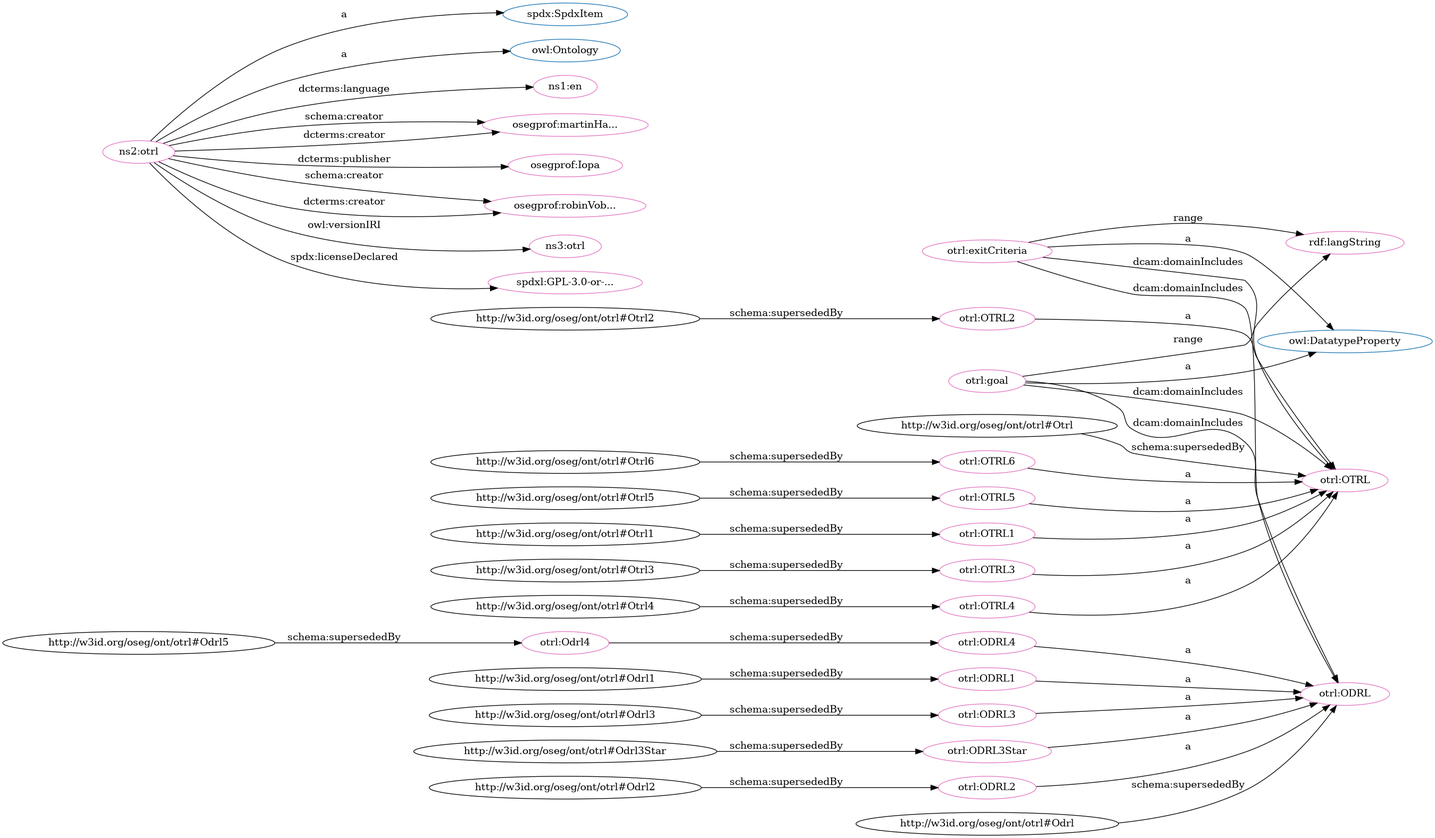
Above: src/spec/dot_otrl.png in iop-alliance/OpenKnowHow (Graphviz), before the change. Its source is kept beside it as src/spec/dot_otrl.dot.
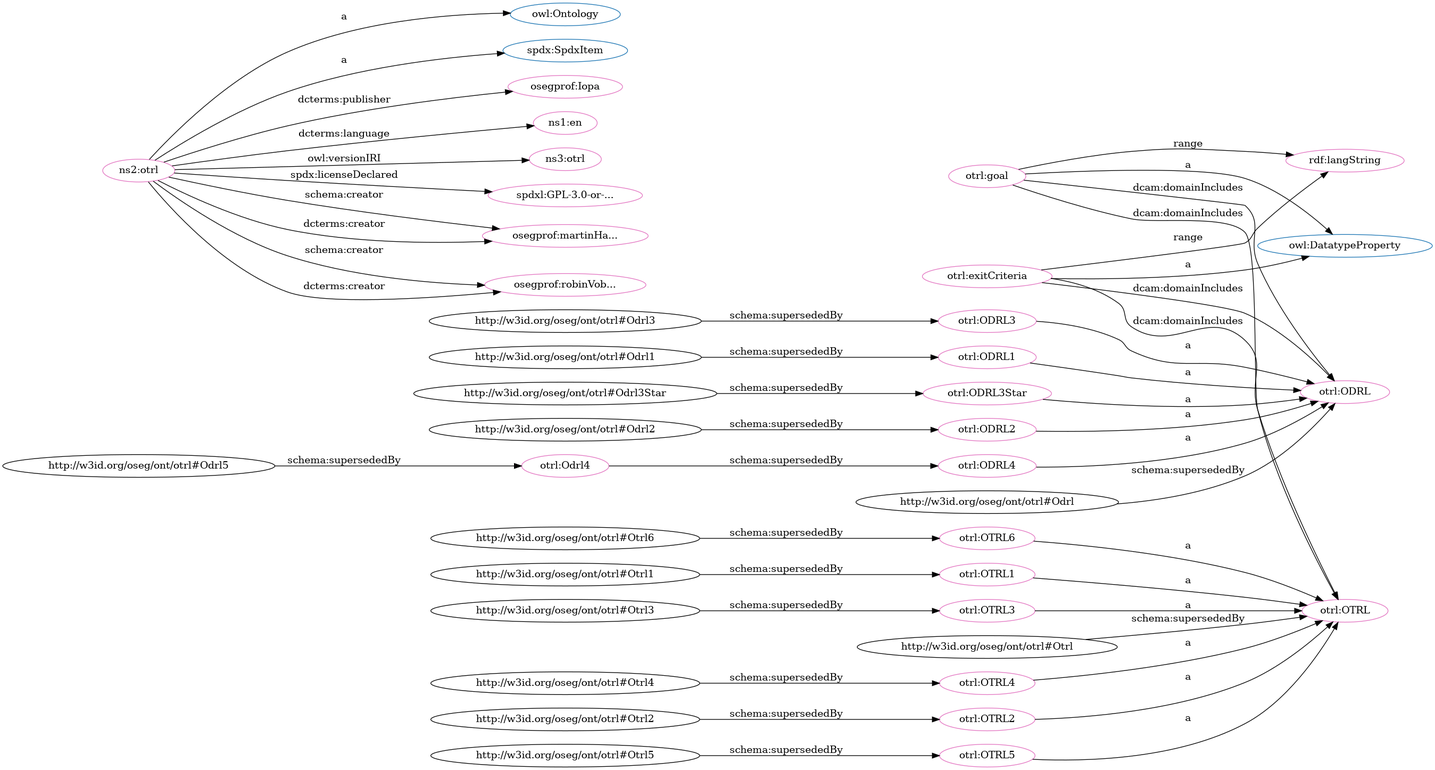
After the change.

What changed in the source:
```diff
@@ -2,75 +2,75 @@
   rankdir=BT
   node[height=.3]
 "http://www.w3.org/2002/07/owl#DatatypeProperty" [fillcolor="#1f77b4" color="#1f77b4" label="owl:DatatypeProperty"]
+"http://www.w3.org/2002/07/owl#Ontology" [fillcolor="#1f77b4" color="#1f77b4" label="owl:Ontology"]
+"http://w3id.org/oseg/ont/otrl#ODRL" [fillcolor="#1f77b4" color="#1f77b4" label="otrl:ODRL"]
+"http://spdx.org/rdf/terms#SpdxItem" [fillcolor="#1f77b4" color="#1f77b4" label="spdx:SpdxItem"]
 "http://w3id.org/oseg/ont/otrl#OTRL" [fillcolor="#1f77b4" color="#1f77b4" label="otrl:OTRL"]
-"http://spdx.org/rdf/terms#SpdxItem" [fillcolor="#1f77b4" color="#1f77b4" label="spdx:SpdxItem"]
-"http://w3id.org/oseg/ont/otrl#ODRL" [fillcolor="#1f77b4" color="#1f77b4" label="otrl:ODRL"]
-"http://www.w3.org/2002/07/owl#Ontology" [fillcolor="#1f77b4" color="#1f77b4" label="owl:Ontology"]
+"http://w3id.org/oseg/ont/otrl#OTRL4" [fillcolor="#e377c2" color="#e377c2" label="otrl:OTRL4"]
+"http://w3id.org/oseg/ont/otrl#ODRL3" [fillcolor="#e377c2" color="#e377c2" label="otrl:ODRL3"]
+"http://w3id.org/oseg/ont/otrl#OTRL2" [fillcolor="#e377c2" color="#e377c2" label="otrl:OTRL2"]
+"http://w3id.org/oseg/ont/oseg-profiles#Iopa" [fillcolor="#e377c2" color="#e377c2" label="osegprof:Iopa"]
+"http://www.w3.org/1999/02/22-rdf-syntax-ns#langString" [fillcolor="#e377c2" color="#e377c2" label="rdf:langString"]
+"http://w3id.org/oseg/ont/otrl#ODRL" [fillcolor="#e377c2" color="#e377c2" label="otrl:ODRL"]
 "http://id.loc.gov/vocabulary/iso639-1/en" [fillcolor="#e377c2" color="#e377c2" label="ns1:en"]
-"http://w3id.org/oseg/ont/otrl#OTRL4" [fillcolor="#e377c2" color="#e377c2" label="otrl:OTRL4"]
-"http://www.w3.org/1999/02/22-rdf-syntax-ns#langString" [fillcolor="#e377c2" color="#e377c2" label="rdf:langString"]
+"http://w3id.org/oseg/ont/otrl#OTRL5" [fillcolor="#e377c2" color="#e377c2" label="otrl:OTRL5"]
+"http://w3id.org/oseg/ont/otrl#ODRL2" [fillcolor="#e377c2" color="#e377c2" label="otrl:ODRL2"]
 "http://w3id.org/oseg/ont/otrl#OTRL" [fillcolor="#e377c2" color="#e377c2" label="otrl:OTRL"]
+"http://w3id.org/oseg/ont/otrl#OTRL6" [fillcolor="#e377c2" color="#e377c2" label="otrl:OTRL6"]
+"http://w3id.org/oseg/ont/otrl#ODRL1" [fillcolor="#e377c2" color="#e377c2" label="otrl:ODRL1"]
+"http://w3id.org/oseg/ont/otrl#OTRL1" [fillcolor="#e377c2" color="#e377c2" label="otrl:OTRL1"]
 "http://w3id.org/oseg/ont/otrl" [fillcolor="#e377c2" color="#e377c2" label="ns2:otrl"]
-"http://w3id.org/oseg/ont/otrl#ODRL" [fillcolor="#e377c2" color="#e377c2" label="otrl:ODRL"]
-"http://w3id.org/oseg/ont/oseg-profiles#martinHaeuer" [fillcolor="#e377c2" color="#e377c2" label="osegprof:martinHa..."]
-"http://w3id.org/oseg/ont/otrl#ODRL4" [fillcolor="#e377c2" color="#e377c2" label="otrl:ODRL4"]
-"http://w3id.org/oseg/ont/otrl#OTRL6" [fillcolor="#e377c2" color="#e377c2" label="otrl:OTRL6"]
-"http://w3id.org/oseg/ont/otrl#OTRL3" [fillcolor="#e377c2" color="#e377c2" label="otrl:OTRL3"]
-"http://w3id.org/oseg/ont/otrl#OTRL1" [fillcolor="#e377c2" color="#e377c2" label="otrl:OTRL1"]
-"http://w3id.org/oseg/ont/otrl#ODRL1" [fillcolor="#e377c2" color="#e377c2" label="otrl:ODRL1"]
-"http://w3id.org/oseg/ont/oseg-profiles#Iopa" [fillcolor="#e377c2" color="#e377c2" label="osegprof:Iopa"]
-"http://w3id.org/oseg/ont/otrl#OTRL2" [fillcolor="#e377c2" color="#e377c2" label="otrl:OTRL2"]
-"http://w3id.org/oseg/ont/otrl#ODRL3" [fillcolor="#e377c2" color="#e377c2" label="otrl:ODRL3"]
 "http://w3id.org/oseg/ont/otrl#exitCriteria" [fillcolor="#e377c2" color="#e377c2" label="otrl:exitCriteria"]
 "http://w3id.org/oseg/ont/otrl#ODRL3Star" [fillcolor="#e377c2" color="#e377c2" label="otrl:ODRL3Star"]
+"http://w3id.org/oseg/ont/otrl#goal" [fillcolor="#e377c2" color="#e377c2" label="otrl:goal"]
+"http://w3id.org/oseg/ont/1.1.0/otrl" [fillcolor="#e377c2" color="#e377c2" label="ns3:otrl"]
+"http://w3id.org/oseg/ont/otrl#ODRL4" [fillcolor="#e377c2" color="#e377c2" label="otrl:ODRL4"]
+"http://spdx.org/licenses/GPL-3.0-or-later" [fillcolor="#e377c2" color="#e377c2" label="spdxl:GPL-3.0-or-..."]
+"http://w3id.org/oseg/ont/otrl#Odrl4" [fillcolor="#e377c2" color="#e377c2" label="otrl:Odrl4"]
+"http://w3id.org/oseg/ont/oseg-profiles#martinHaeuer" [fillcolor="#e377c2" color="#e377c2" label="osegprof:martinHa..."]
 "http://w3id.org/oseg/ont/oseg-profiles#robinVobruba" [fillcolor="#e377c2" color="#e377c2" label="osegprof:robinVob..."]
-"http://w3id.org/oseg/ont/otrl#OTRL5" [fillcolor="#e377c2" color="#e377c2" label="otrl:OTRL5"]
-"http://w3id.org/oseg/ont/otrl#ODRL2" [fillcolor="#e377c2" color="#e377c2" label="otrl:ODRL2"]
-"http://w3id.org/oseg/ont/1.1.0/otrl" [fillcolor="#e377c2" color="#e377c2" label="ns3:otrl"]
-"http://w3id.org/oseg/ont/otrl#goal" [fillcolor="#e377c2" color="#e377c2" label="otrl:goal"]
-"http://w3id.org/oseg/ont/otrl#Odrl4" [fillcolor="#e377c2" color="#e377c2" label="otrl:Odrl4"]
-"http://spdx.org/licenses/GPL-3.0-or-later" [fillcolor="#e377c2" color="#e377c2" label="spdxl:GPL-3.0-or-..."]
+"http://w3id.org/oseg/ont/otrl#OTRL3" [fillcolor="#e377c2" color="#e377c2" label="otrl:OTRL3"]
+  "http://w3id.org/oseg/ont/otrl#Otrl4" -> "http://w3id.org/oseg/ont/otrl#OTRL4" [label="schema:supersededBy"]
+  "http://w3id.org/oseg/ont/otrl#ODRL3" -> "http://w3id.org/oseg/ont/otrl#ODRL" [label="a"]
+  "http://w3id.org/oseg/ont/otrl#OTRL2" -> "http://w3id.org/oseg/ont/otrl#OTRL" [label="a"]
+  "http://w3id.org/oseg/ont/otrl" -> "http://w3id.org/oseg/ont/oseg-profiles#Iopa" [label="dcterms:publisher"]
+  "http://w3id.org/oseg/ont/otrl#goal" -> "http://www.w3.org/1999/02/22-rdf-syntax-ns#langString" [label="range"]
+  "http://w3id.org/oseg/ont/otrl#OTRL4" -> "http://w3id.org/oseg/ont/otrl#OTRL" [label="a"]
+  "http://w3id.org/oseg/ont/otrl#exitCriteria" -> "http://w3id.org/oseg/ont/otrl#ODRL" [label="dcam:domainIncludes"]
   "http://w3id.org/oseg/ont/otrl" -> "http://id.loc.gov/vocabulary/iso639-1/en" [label="dcterms:language"]
-  "http://w3id.org/oseg/ont/otrl#OTRL4" -> "http://w3id.org/oseg/ont/otrl#OTRL" [label="a"]
-  "http://w3id.org/oseg/ont/otrl#goal" -> "http://www.w3.org/1999/02/22-rdf-syntax-ns#langString" [label="range"]
+  "http://w3id.org/oseg/ont/otrl#Otrl5" -> "http://w3id.org/oseg/ont/otrl#OTRL5" [label="schema:supersededBy"]
+  "http://w3id.org/oseg/ont/otrl#Odrl2" -> "http://w3id.org/oseg/ont/otrl#ODRL2" [label="schema:supersededBy"]
+  "http://w3id.org/oseg/ont/otrl#goal" -> "http://w3id.org/oseg/ont/otrl#OTRL" [label="dcam:domainIncludes"]
+  "http://w3id.org/oseg/ont/otrl#OTRL6" -> "http://w3id.org/oseg/ont/otrl#OTRL" [label="a"]
+  "http://w3id.org/oseg/ont/otrl#Odrl1" -> "http://w3id.org/oseg/ont/otrl#ODRL1" [label="schema:supersededBy"]
+  "http://w3id.org/oseg/ont/otrl#Otrl1" -> "http://w3id.org/oseg/ont/otrl#OTRL1" [label="schema:supersededBy"]
+  "http://w3id.org/oseg/ont/otrl" -> "http://spdx.org/rdf/terms#SpdxItem" [label="a"]
+  "http://w3id.org/oseg/ont/otrl" -> "http://www.w3.org/2002/07/owl#Ontology" [label="a"]
+  "http://w3id.org/oseg/ont/otrl#exitCriteria" -> "http://www.w3.org/2002/07/owl#DatatypeProperty" [label="a"]
+  "http://w3id.org/oseg/ont/otrl#Odrl3" -> "http://w3id.org/oseg/ont/otrl#ODRL3" [label="schema:supersededBy"]
+  "http://w3id.org/oseg/ont/otrl#Odrl3Star" -> "http://w3id.org/oseg/ont/otrl#ODRL3Star" [label="schema:supersededBy"]
+  "http://w3id.org/oseg/ont/otrl#Odrl" -> "http://w3id.org/oseg/ont/otrl#ODRL" [label="schema:supersededBy"]
+  "http://w3id.org/oseg/ont/otrl#exitCriteria" -> "http://w3id.org/oseg/ont/otrl#OTRL" [label="dcam:domainIncludes"]
+  "http://w3id.org/oseg/ont/otrl#ODRL3Star" -> "http://w3id.org/oseg/ont/otrl#ODRL" [label="a"]
+  "http://w3id.org/oseg/ont/otrl#OTRL1" -> "http://w3id.org/oseg/ont/otrl#OTRL" [label="a"]
+  "http://w3id.org/oseg/ont/otrl#OTRL5" -> "http://w3id.org/oseg/ont/otrl#OTRL" [label="a"]
+  "http://w3id.org/oseg/ont/otrl#ODRL1" -> "http://w3id.org/oseg/ont/otrl#ODRL" [label="a"]
+  "http://w3id.org/oseg/ont/otrl#goal" -> "http://www.w3.org/2002/07/owl#DatatypeProperty" [label="a"]
+  "http://w3id.org/oseg/ont/otrl#exitCriteria" -> "http://www.w3.org/1999/02/22-rdf-syntax-ns#langString" [label="range"]
+  "http://w3id.org/oseg/ont/otrl" -> "http://w3id.org/oseg/ont/1.1.0/otrl" [label="owl:versionIRI"]
+  "http://w3id.org/oseg/ont/otrl#ODRL4" -> "http://w3id.org/oseg/ont/otrl#ODRL" [label="a"]
+  "http://w3id.org/oseg/ont/otrl#goal" -> "http://w3id.org/oseg/ont/otrl#ODRL" [label="dcam:domainIncludes"]
+  "http://w3id.org/oseg/ont/otrl#Otrl2" -> "http://w3id.org/oseg/ont/otrl#OTRL2" [label="schema:supersededBy"]
   "http://w3id.org/oseg/ont/otrl#Otrl" -> "http://w3id.org/oseg/ont/otrl#OTRL" [label="schema:supersededBy"]
-  "http://w3id.org/oseg/ont/otrl" -> "http://spdx.org/rdf/terms#SpdxItem" [label="a"]
-  "http://w3id.org/oseg/ont/otrl#exitCriteria" -> "http://w3id.org/oseg/ont/otrl#ODRL" [label="dcam:domainIncludes"]
-  "http://w3id.org/oseg/ont/otrl#Odrl" -> "http://w3id.org/oseg/ont/otrl#ODRL" [label="schema:supersededBy"]
+  "http://w3id.org/oseg/ont/otrl#Odrl5" -> "http://w3id.org/oseg/ont/otrl#Odrl4" [label="schema:supersededBy"]
+  "http://w3id.org/oseg/ont/otrl" -> "http://spdx.org/licenses/GPL-3.0-or-later" [label="spdx:licenseDeclared"]
+  "http://w3id.org/oseg/ont/otrl#Otrl6" -> "http://w3id.org/oseg/ont/otrl#OTRL6" [label="schema:supersededBy"]
   "http://w3id.org/oseg/ont/otrl" -> "http://w3id.org/oseg/ont/oseg-profiles#martinHaeuer" [label="schema:creator"]
+  "http://w3id.org/oseg/ont/otrl" -> "http://w3id.org/oseg/ont/oseg-profiles#martinHaeuer" [label="dcterms:creator"]
+  "http://w3id.org/oseg/ont/otrl#ODRL2" -> "http://w3id.org/oseg/ont/otrl#ODRL" [label="a"]
+  "http://w3id.org/oseg/ont/otrl" -> "http://w3id.org/oseg/ont/oseg-profiles#robinVobruba" [label="schema:creator"]
   "http://w3id.org/oseg/ont/otrl#Odrl4" -> "http://w3id.org/oseg/ont/otrl#ODRL4" [label="schema:supersededBy"]
-  "http://w3id.org/oseg/ont/otrl#OTRL6" -> "http://w3id.org/oseg/ont/otrl#OTRL" [label="a"]
+  "http://w3id.org/oseg/ont/otrl" -> "http://w3id.org/oseg/ont/oseg-profiles#robinVobruba" [label="dcterms:creator"]
   "http://w3id.org/oseg/ont/otrl#OTRL3" -> "http://w3id.org/oseg/ont/otrl#OTRL" [label="a"]
   "http://w3id.org/oseg/ont/otrl#Otrl3" -> "http://w3id.org/oseg/ont/otrl#OTRL3" [label="schema:supersededBy"]
-  "http://w3id.org/oseg/ont/otrl#OTRL1" -> "http://w3id.org/oseg/ont/otrl#OTRL" [label="a"]
-  "http://w3id.org/oseg/ont/otrl#exitCriteria" -> "http://w3id.org/oseg/ont/otrl#OTRL" [label="dcam:domainIncludes"]
-  "http://w3id.org/oseg/ont/otrl" -> "http://www.w3.org/2002/07/owl#Ontology" [label="a"]
-  "http://w3id.org/oseg/ont/otrl#Otrl4" -> "http://w3id.org/oseg/ont/otrl#OTRL4" [label="schema:supersededBy"]
-  "http://w3id.org/oseg/ont/otrl#ODRL1" -> "http://w3id.org/oseg/ont/otrl#ODRL" [label="a"]
-  "http://w3id.org/oseg/ont/otrl" -> "http://w3id.org/oseg/ont/oseg-profiles#Iopa" [label="dcterms:publisher"]
-  "http://w3id.org/oseg/ont/otrl#OTRL2" -> "http://w3id.org/oseg/ont/otrl#OTRL" [label="a"]
-  "http://w3id.org/oseg/ont/otrl#Otrl2" -> "http://w3id.org/oseg/ont/otrl#OTRL2" [label="schema:supersededBy"]
-  "http://w3id.org/oseg/ont/otrl#Odrl3" -> "http://w3id.org/oseg/ont/otrl#ODRL3" [label="schema:supersededBy"]
-  "http://w3id.org/oseg/ont/otrl#exitCriteria" -> "http://www.w3.org/2002/07/owl#DatatypeProperty" [label="a"]
-  "http://w3id.org/oseg/ont/otrl#exitCriteria" -> "http://www.w3.org/1999/02/22-rdf-syntax-ns#langString" [label="range"]
-  "http://w3id.org/oseg/ont/otrl#goal" -> "http://w3id.org/oseg/ont/otrl#ODRL" [label="dcam:domainIncludes"]
-  "http://w3id.org/oseg/ont/otrl#ODRL3Star" -> "http://w3id.org/oseg/ont/otrl#ODRL" [label="a"]
-  "http://w3id.org/oseg/ont/otrl" -> "http://w3id.org/oseg/ont/oseg-profiles#robinVobruba" [label="schema:creator"]
-  "http://w3id.org/oseg/ont/otrl#OTRL5" -> "http://w3id.org/oseg/ont/otrl#OTRL" [label="a"]
-  "http://w3id.org/oseg/ont/otrl#ODRL4" -> "http://w3id.org/oseg/ont/otrl#ODRL" [label="a"]
-  "http://w3id.org/oseg/ont/otrl#Otrl6" -> "http://w3id.org/oseg/ont/otrl#OTRL6" [label="schema:supersededBy"]
-  "http://w3id.org/oseg/ont/otrl#Otrl1" -> "http://w3id.org/oseg/ont/otrl#OTRL1" [label="schema:supersededBy"]
-  "http://w3id.org/oseg/ont/otrl#Odrl2" -> "http://w3id.org/oseg/ont/otrl#ODRL2" [label="schema:supersededBy"]
-  "http://w3id.org/oseg/ont/otrl#Odrl1" -> "http://w3id.org/oseg/ont/otrl#ODRL1" [label="schema:supersededBy"]
-  "http://w3id.org/oseg/ont/otrl#Otrl5" -> "http://w3id.org/oseg/ont/otrl#OTRL5" [label="schema:supersededBy"]
-  "http://w3id.org/oseg/ont/otrl" -> "http://w3id.org/oseg/ont/1.1.0/otrl" [label="owl:versionIRI"]
-  "http://w3id.org/oseg/ont/otrl#Odrl3Star" -> "http://w3id.org/oseg/ont/otrl#ODRL3Star" [label="schema:supersededBy"]
-  "http://w3id.org/oseg/ont/otrl" -> "http://w3id.org/oseg/ont/oseg-profiles#martinHaeuer" [label="dcterms:creator"]
-  "http://w3id.org/oseg/ont/otrl#goal" -> "http://www.w3.org/2002/07/owl#DatatypeProperty" [label="a"]
-  "http://w3id.org/oseg/ont/otrl#ODRL2" -> "http://w3id.org/oseg/ont/otrl#ODRL" [label="a"]
-  "http://w3id.org/oseg/ont/otrl#goal" -> "http://w3id.org/oseg/ont/otrl#OTRL" [label="dcam:domainIncludes"]
-  "http://w3id.org/oseg/ont/otrl#ODRL3" -> "http://w3id.org/oseg/ont/otrl#ODRL" [label="a"]
-  "http://w3id.org/oseg/ont/otrl" -> "http://w3id.org/oseg/ont/oseg-profiles#robinVobruba" [label="dcterms:creator"]
-  "http://w3id.org/oseg/ont/otrl#Odrl5" -> "http://w3id.org/oseg/ont/otrl#Odrl4" [label="schema:supersededBy"]
-  "http://w3id.org/oseg/ont/otrl" -> "http://spdx.org/licenses/GPL-3.0-or-later" [label="spdx:licenseDeclared"]
 }
```
